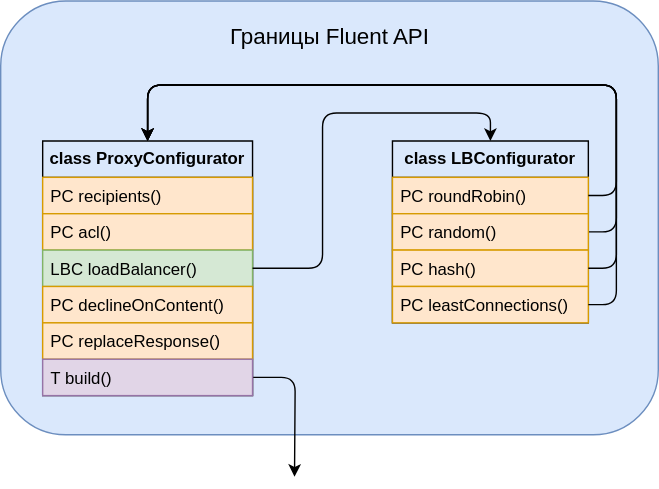
Boiarshinov/fluent-api-demo keeps this draw.io diagram as schemas/contextswitch.drawio.svg. Above is the earlier version. Source tidied: cells renumbered, new cells last; positions are measured from the earlier drawing's top-left corner, leaving out a move shared by most shapes. The source it was exported from:
```xml
<mxGraphModel>
  <root>
    <mxCell id="0" />
    <mxCell id="1" parent="0" />
    <mxCell id="2" style="rounded=1;whiteSpace=wrap;html=1;fillColor=#dae8fc;strokeColor=#6c8ebf;" parent="1" vertex="1">
      <mxGeometry width="470" height="310" as="geometry" />
    </mxCell>
    <mxCell id="3" value="class ProxyConfigurator" style="swimlane;fontStyle=1;horizontal=1;startSize=26;fillColor=none;whiteSpace=wrap;html=1;" parent="1" vertex="1">
      <mxGeometry x="30" y="100" width="150" height="182" as="geometry" />
    </mxCell>
    <mxCell id="4" value="PC recipients()" style="text;strokeColor=#d79b00;fillColor=#ffe6cc;align=left;verticalAlign=top;spacingLeft=4;spacingRight=4;overflow=hidden;whiteSpace=wrap;html=1;" parent="3" vertex="1">
      <mxGeometry y="26" width="150" height="26" as="geometry" />
    </mxCell>
    <mxCell id="5" value="PC acl()" style="text;strokeColor=#d79b00;fillColor=#ffe6cc;align=left;verticalAlign=top;spacingLeft=4;spacingRight=4;overflow=hidden;whiteSpace=wrap;html=1;" parent="3" vertex="1">
      <mxGeometry y="52" width="150" height="26" as="geometry" />
    </mxCell>
    <mxCell id="6" value="LBC loadBalancer()" style="text;strokeColor=#82b366;fillColor=#d5e8d4;align=left;verticalAlign=top;spacingLeft=4;spacingRight=4;overflow=hidden;whiteSpace=wrap;html=1;" parent="3" vertex="1">
      <mxGeometry y="78" width="150" height="26" as="geometry" />
    </mxCell>
    <mxCell id="7" value="PC declineOnContent()" style="text;strokeColor=#d79b00;fillColor=#ffe6cc;align=left;verticalAlign=top;spacingLeft=4;spacingRight=4;overflow=hidden;whiteSpace=wrap;html=1;" parent="3" vertex="1">
      <mxGeometry y="104" width="150" height="26" as="geometry" />
    </mxCell>
    <mxCell id="8" value="PC replaceResponse()" style="text;strokeColor=#d79b00;fillColor=#ffe6cc;align=left;verticalAlign=top;spacingLeft=4;spacingRight=4;overflow=hidden;whiteSpace=wrap;html=1;" parent="3" vertex="1">
      <mxGeometry y="130" width="150" height="26" as="geometry" />
    </mxCell>
    <mxCell id="9" style="edgeStyle=orthogonalEdgeStyle;rounded=1;jettySize=auto;html=1;exitX=1;exitY=0.5;exitDx=0;exitDy=0;curved=0;" parent="3" edge="1" source="10">
      <mxGeometry relative="1" as="geometry">
        <mxPoint x="180" y="240" as="targetPoint" />
      </mxGeometry>
    </mxCell>
    <mxCell id="10" value="T build()" style="text;align=left;verticalAlign=top;spacingLeft=4;spacingRight=4;overflow=hidden;points=[[0,0.5],[1,0.5]];portConstraint=eastwest;whiteSpace=wrap;html=1;fillColor=#e1d5e7;strokeColor=#9673a6;" parent="3" vertex="1">
      <mxGeometry y="156" width="150" height="26" as="geometry" />
    </mxCell>
    <mxCell id="11" style="edgeStyle=orthogonalEdgeStyle;rounded=1;jettySize=auto;html=1;exitX=1;exitY=0.5;exitDx=0;exitDy=0;entryX=0.5;entryY=0;entryDx=0;entryDy=0;curved=0;" parent="1" edge="1" source="12" target="3">
      <mxGeometry relative="1" as="geometry">
        <Array as="points">
          <mxPoint x="440" y="165" />
          <mxPoint x="440" y="60" />
          <mxPoint x="105" y="60" />
        </Array>
      </mxGeometry>
    </mxCell>
    <mxCell id="12" value="class LBConfigurator" style="swimlane;fontStyle=1;horizontal=1;startSize=26;fillColor=none;whiteSpace=wrap;html=1;" parent="1" vertex="1">
      <mxGeometry x="280" y="100" width="140" height="130" as="geometry" />
    </mxCell>
    <mxCell id="13" value="PC roundRobin()" style="text;strokeColor=#d79b00;fillColor=#ffe6cc;align=left;verticalAlign=top;spacingLeft=4;spacingRight=4;overflow=hidden;points=[[0,0.5],[1,0.5]];portConstraint=eastwest;whiteSpace=wrap;html=1;" parent="12" vertex="1">
      <mxGeometry y="26" width="140" height="26" as="geometry" />
    </mxCell>
    <mxCell id="14" value="PC random()" style="text;strokeColor=#d79b00;fillColor=#ffe6cc;align=left;verticalAlign=top;spacingLeft=4;spacingRight=4;overflow=hidden;whiteSpace=wrap;html=1;" parent="12" vertex="1">
      <mxGeometry y="52" width="140" height="26" as="geometry" />
    </mxCell>
    <mxCell id="15" value="PC hash()" style="text;strokeColor=#d79b00;fillColor=#ffe6cc;align=left;verticalAlign=top;spacingLeft=4;spacingRight=4;overflow=hidden;points=[[0,0.5],[1,0.5]];portConstraint=eastwest;whiteSpace=wrap;html=1;" parent="12" vertex="1">
      <mxGeometry y="78" width="140" height="26" as="geometry" />
    </mxCell>
    <mxCell id="16" value="PC leastConnections()" style="text;strokeColor=#d79b00;fillColor=#ffe6cc;align=left;verticalAlign=top;spacingLeft=4;spacingRight=4;overflow=hidden;points=[[0,0.5],[1,0.5]];portConstraint=eastwest;whiteSpace=wrap;html=1;" parent="12" vertex="1">
      <mxGeometry y="104" width="140" height="26" as="geometry" />
    </mxCell>
    <mxCell id="17" style="edgeStyle=orthogonalEdgeStyle;rounded=1;jettySize=auto;html=1;exitX=1;exitY=0.5;exitDx=0;exitDy=0;entryX=0.5;entryY=0;entryDx=0;entryDy=0;curved=0;" parent="1" edge="1" source="3" target="12">
      <mxGeometry relative="1" as="geometry" />
    </mxCell>
    <mxCell id="18" style="edgeStyle=orthogonalEdgeStyle;rounded=1;jettySize=auto;html=1;exitX=1;exitY=0.5;exitDx=0;exitDy=0;entryX=0.5;entryY=0;entryDx=0;entryDy=0;curved=0;" parent="1" edge="1" source="13" target="3">
      <mxGeometry relative="1" as="geometry">
        <Array as="points">
          <mxPoint x="440" y="139" />
          <mxPoint x="440" y="60" />
          <mxPoint x="105" y="60" />
        </Array>
      </mxGeometry>
    </mxCell>
    <mxCell id="19" value="Границы Fluent API" style="text;html=1;strokeColor=none;fillColor=none;align=center;verticalAlign=middle;whiteSpace=wrap;rounded=0;fontSize=16;" parent="1" vertex="1">
      <mxGeometry x="127.5" y="10" width="215" height="30" as="geometry" />
    </mxCell>
    <mxCell id="20" style="edgeStyle=orthogonalEdgeStyle;rounded=1;jettySize=auto;html=1;exitX=1;exitY=0.5;exitDx=0;exitDy=0;entryX=0.5;entryY=0;entryDx=0;entryDy=0;curved=0;" parent="1" edge="1" source="15" target="3">
      <mxGeometry relative="1" as="geometry">
        <Array as="points">
          <mxPoint x="440" y="191" />
          <mxPoint x="440" y="60" />
          <mxPoint x="105" y="60" />
        </Array>
      </mxGeometry>
    </mxCell>
    <mxCell id="21" style="edgeStyle=orthogonalEdgeStyle;rounded=1;jettySize=auto;html=1;exitX=1;exitY=0.5;exitDx=0;exitDy=0;entryX=0.5;entryY=0;entryDx=0;entryDy=0;curved=0;" parent="1" edge="1" source="16" target="3">
      <mxGeometry relative="1" as="geometry">
        <Array as="points">
          <mxPoint x="440" y="217" />
          <mxPoint x="440" y="60" />
          <mxPoint x="105" y="60" />
        </Array>
      </mxGeometry>
    </mxCell>
  </root>
</mxGraphModel>
```
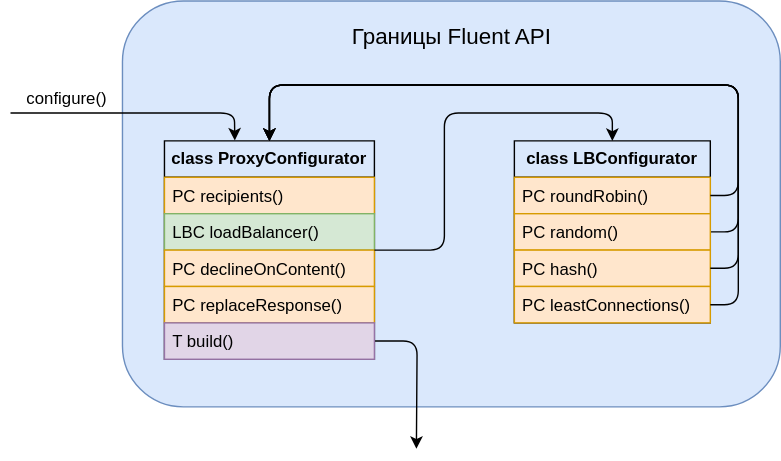
After the commit.

What changed in the source:
```diff
@@ -3,33 +3,30 @@
     <mxCell id="0" />
     <mxCell id="1" parent="0" />
     <mxCell id="2" style="rounded=1;whiteSpace=wrap;html=1;fillColor=#dae8fc;strokeColor=#6c8ebf;" parent="1" vertex="1">
-      <mxGeometry width="470" height="310" as="geometry" />
+      <mxGeometry width="470" height="290" as="geometry" />
     </mxCell>
     <mxCell id="3" value="class ProxyConfigurator" style="swimlane;fontStyle=1;horizontal=1;startSize=26;fillColor=none;whiteSpace=wrap;html=1;" parent="1" vertex="1">
-      <mxGeometry x="30" y="100" width="150" height="182" as="geometry" />
+      <mxGeometry x="30" y="100" width="150" height="156" as="geometry" />
     </mxCell>
     <mxCell id="4" value="PC recipients()" style="text;strokeColor=#d79b00;fillColor=#ffe6cc;align=left;verticalAlign=top;spacingLeft=4;spacingRight=4;overflow=hidden;whiteSpace=wrap;html=1;" parent="3" vertex="1">
       <mxGeometry y="26" width="150" height="26" as="geometry" />
     </mxCell>
-    <mxCell id="5" value="PC acl()" style="text;strokeColor=#d79b00;fillColor=#ffe6cc;align=left;verticalAlign=top;spacingLeft=4;spacingRight=4;overflow=hidden;whiteSpace=wrap;html=1;" parent="3" vertex="1">
-      <mxGeometry y="52" width="150" height="26" as="geometry" />
-    </mxCell>
     <mxCell id="6" value="LBC loadBalancer()" style="text;strokeColor=#82b366;fillColor=#d5e8d4;align=left;verticalAlign=top;spacingLeft=4;spacingRight=4;overflow=hidden;whiteSpace=wrap;html=1;" parent="3" vertex="1">
-      <mxGeometry y="78" width="150" height="26" as="geometry" />
+      <mxGeometry y="52" width="150" height="26" as="geometry" />
     </mxCell>
     <mxCell id="7" value="PC declineOnContent()" style="text;strokeColor=#d79b00;fillColor=#ffe6cc;align=left;verticalAlign=top;spacingLeft=4;spacingRight=4;overflow=hidden;whiteSpace=wrap;html=1;" parent="3" vertex="1">
-      <mxGeometry y="104" width="150" height="26" as="geometry" />
+      <mxGeometry y="78" width="150" height="26" as="geometry" />
     </mxCell>
     <mxCell id="8" value="PC replaceResponse()" style="text;strokeColor=#d79b00;fillColor=#ffe6cc;align=left;verticalAlign=top;spacingLeft=4;spacingRight=4;overflow=hidden;whiteSpace=wrap;html=1;" parent="3" vertex="1">
-      <mxGeometry y="130" width="150" height="26" as="geometry" />
+      <mxGeometry y="104" width="150" height="26" as="geometry" />
     </mxCell>
     <mxCell id="9" style="edgeStyle=orthogonalEdgeStyle;rounded=1;jettySize=auto;html=1;exitX=1;exitY=0.5;exitDx=0;exitDy=0;curved=0;" parent="3" edge="1" source="10">
       <mxGeometry relative="1" as="geometry">
-        <mxPoint x="180" y="240" as="targetPoint" />
+        <mxPoint x="180" y="220" as="targetPoint" />
       </mxGeometry>
     </mxCell>
     <mxCell id="10" value="T build()" style="text;align=left;verticalAlign=top;spacingLeft=4;spacingRight=4;overflow=hidden;points=[[0,0.5],[1,0.5]];portConstraint=eastwest;whiteSpace=wrap;html=1;fillColor=#e1d5e7;strokeColor=#9673a6;" parent="3" vertex="1">
-      <mxGeometry y="156" width="150" height="26" as="geometry" />
+      <mxGeometry y="130" width="150" height="26" as="geometry" />
     </mxCell>
     <mxCell id="11" style="edgeStyle=orthogonalEdgeStyle;rounded=1;jettySize=auto;html=1;exitX=1;exitY=0.5;exitDx=0;exitDy=0;entryX=0.5;entryY=0;entryDx=0;entryDy=0;curved=0;" parent="1" edge="1" source="12" target="3">
       <mxGeometry relative="1" as="geometry">
@@ -88,5 +85,18 @@
         </Array>
       </mxGeometry>
     </mxCell>
+    <mxCell id="22" style="endArrow=classic;html=1;rounded=1;entryX=0.335;entryY=-0.002;entryDx=0;entryDy=0;curved=0;entryPerimeter=0;fontSize=12;" parent="1" edge="1" target="3">
+      <mxGeometry relative="1" as="geometry">
+        <mxPoint x="-80" y="80" as="sourcePoint" />
+        <Array as="points">
+          <mxPoint x="80" y="80" />
+        </Array>
+      </mxGeometry>
+    </mxCell>
+    <mxCell id="23" value="configure()" style="edgeLabel;html=1;align=center;verticalAlign=middle;fontSize=12;" parent="22" vertex="1">
+      <mxGeometry x="-0.78" relative="1" as="geometry">
+        <mxPoint x="20" y="-10" as="offset" />
+      </mxGeometry>
+    </mxCell>
   </root>
 </mxGraphModel>
```
